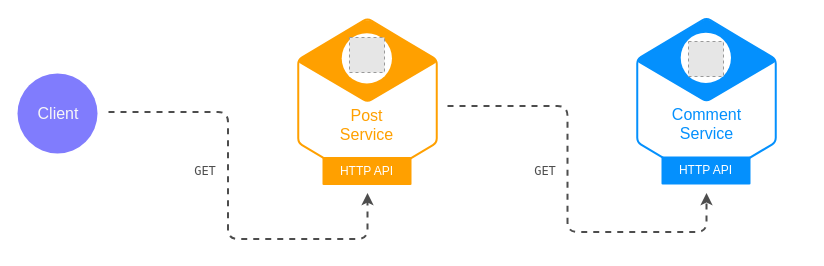
Above: page "services" (1 of 5) of misc/diagrams.drawio in cassiomolin/log-aggregation-spring-boot-elastic-stack (draw.io), before the change. Source tidied: cells renumbered, new cells numbered last; positions are measured from the earlier drawing's top-left corner, leaving out a move shared by most shapes. Both pictures are drawn from the tidied source at 100%, with x=0, y=0 at pixel (17, 19). Pictures stored in the file or linked from it are replaced by grey dashed boxes.
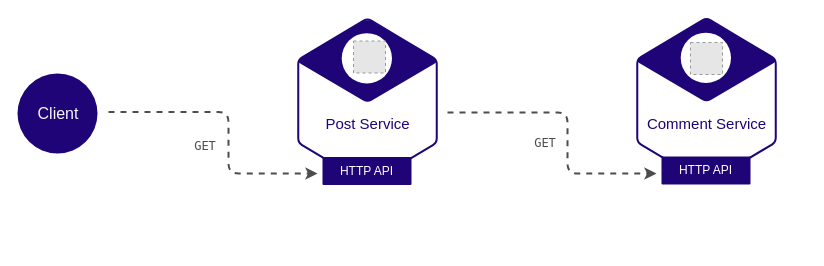
After the change.

The change refers to these unchanged cells:
```xml
<mxCell id="5" style="group;" parent="1" vertex="1">
  <mxGeometry y="54" width="80" height="80" as="geometry" />
</mxCell>
<mxCell id="11" style="group;" parent="10" vertex="1">
  <mxGeometry width="183.2" height="165" as="geometry" />
</mxCell>
<mxCell id="20" style="group;" parent="19" vertex="1">
  <mxGeometry width="166" height="165" as="geometry" />
</mxCell>
```

What changed in the source:
```diff
@@
-    <mxCell id="2" style="edgeStyle=orthogonalEdgeStyle;rounded=1;orthogonalLoop=1;jettySize=auto;html=1;fontColor=#F7F7F7;dashed=1;strokeColor=#4D4D4D;strokeWidth=2;shadow=0;" parent="1" edge="1">
-      <mxGeometry relative="1" as="geometry">
-        <mxPoint x="430" y="86.5" as="sourcePoint" />
-        <mxPoint x="689" y="173.5" as="targetPoint" />
-        <Array as="points">
-          <mxPoint x="550" y="86.5" />
-          <mxPoint x="550" y="212.5" />
-          <mxPoint x="689" y="212.5" />
-        </Array>
-      </mxGeometry>
-    </mxCell>
     <mxCell id="3" value="GET" style="text;html=1;strokeColor=none;fillColor=none;align=center;verticalAlign=middle;whiteSpace=wrap;rounded=0;fontColor=#4D4D4D;fontFamily=Menlo;shadow=0;" parent="1" vertex="1">
-      <mxGeometry x="168" y="142" width="40" height="20" as="geometry" />
+      <mxGeometry x="168" y="117" width="40" height="20" as="geometry" />
     </mxCell>
     <mxCell id="4" value="GET" style="text;html=1;strokeColor=none;fillColor=none;align=center;verticalAlign=middle;whiteSpace=wrap;rounded=0;fontColor=#4D4D4D;fontFamily=Menlo;shadow=0;" parent="1" vertex="1">
-      <mxGeometry x="508" y="142" width="40" height="20" as="geometry" />
+      <mxGeometry x="508" y="114" width="40" height="20" as="geometry" />
     </mxCell>
@@
-    <mxCell id="6" style="ellipse;whiteSpace=wrap;html=1;shadow=0;comic=0;strokeColor=none;fillColor=#807CFD;gradientColor=none;fontFamily=Helvetica;fontSize=12;fontColor=#000000;verticalAlign=top;" parent="5" vertex="1">
+    <mxCell id="6" style="ellipse;whiteSpace=wrap;html=1;shadow=0;comic=0;strokeColor=none;fillColor=#1E0477;gradientColor=none;fontFamily=Helvetica;fontSize=12;fontColor=#000000;verticalAlign=top;" parent="5" vertex="1">
       <mxGeometry width="80" height="80" as="geometry" />
     </mxCell>
@@
     <mxCell id="8" style="edgeStyle=orthogonalEdgeStyle;rounded=1;orthogonalLoop=1;jettySize=auto;html=1;fontColor=#F7F7F7;dashed=1;strokeColor=#4D4D4D;strokeWidth=2;shadow=0;" parent="1" edge="1">
       <mxGeometry relative="1" as="geometry">
         <mxPoint x="91" y="92.5" as="sourcePoint" />
-        <mxPoint x="350" y="173.5" as="targetPoint" />
+        <mxPoint x="300" y="154" as="targetPoint" />
         <Array as="points">
-          <mxPoint x="210.5" y="92.5" />
-          <mxPoint x="210.5" y="219.5" />
-          <mxPoint x="349.5" y="219.5" />
+          <mxPoint x="211" y="93" />
+          <mxPoint x="211" y="154" />
         </Array>
       </mxGeometry>
     </mxCell>
@@
-    <mxCell id="12" style="shape=hexagon;perimeter=hexagonPerimeter2;whiteSpace=wrap;html=1;shadow=0;strokeColor=#0490fd;fillColor=#FFFFFF;gradientColor=none;rotation=90;rounded=1;arcSize=9;strokeWidth=2;" parent="11" vertex="1">
+    <mxCell id="12" style="shape=hexagon;perimeter=hexagonPerimeter2;whiteSpace=wrap;html=1;shadow=0;strokeColor=#1e0477;fillColor=#FFFFFF;gradientColor=none;rotation=90;rounded=1;arcSize=9;strokeWidth=2;" parent="11" vertex="1">
       <mxGeometry y="12" width="166" height="138.5" as="geometry" />
     </mxCell>
-    <mxCell id="13" value="&lt;font face=&quot;Helvetica&quot; style=&quot;font-size: 16px&quot;&gt;Comment&lt;br&gt;Service&lt;/font&gt;" style="text;html=1;align=center;verticalAlign=top;spacingTop=-4;fontColor=#0490fd;fillColor=none;strokeColor=none;shadow=0;fontFamily=Menlo;fontSize=16;" parent="11" vertex="1">
-      <mxGeometry x="43.2" y="83.3" width="80" height="40" as="geometry" />
+    <mxCell id="13" value="&lt;font face=&quot;Helvetica&quot; style=&quot;font-size: 15px&quot; color=&quot;#1e0477&quot;&gt;Comment Service&lt;/font&gt;" style="text;html=1;align=center;verticalAlign=top;spacingTop=-4;fontColor=#0490fd;fillColor=none;strokeColor=none;shadow=0;fontFamily=Menlo;fontSize=16;" parent="11" vertex="1">
+      <mxGeometry x="17.7" y="92.3" width="130" height="20" as="geometry" />
     </mxCell>
-    <mxCell id="14" style="rhombus;whiteSpace=wrap;html=1;rounded=1;shadow=0;strokeColor=#0490fd;fillColor=#0490fd;gradientColor=none;arcSize=9;strokeWidth=2;" parent="11" vertex="1">
+    <mxCell id="14" style="rhombus;whiteSpace=wrap;html=1;rounded=1;shadow=0;strokeColor=#1e0477;fillColor=#1e0477;gradientColor=none;arcSize=9;strokeWidth=2;" parent="11" vertex="1">
       <mxGeometry x="13.2" width="139.6" height="81.9" as="geometry" />
     </mxCell>
@@
-    <mxCell id="16" value="&lt;font color=&quot;#ffffff&quot;&gt;HTTP API&lt;/font&gt;" style="whiteSpace=wrap;html=1;verticalAlign=top;strokeColor=none;fillColor=#0490fd;gradientColor=none;rounded=1;arcSize=4;strokeWidth=1;comic=0;shadow=0;glass=0;" parent="11" vertex="1">
+    <mxCell id="16" value="&lt;font color=&quot;#ffffff&quot;&gt;HTTP API&lt;/font&gt;" style="whiteSpace=wrap;html=1;verticalAlign=top;strokeColor=none;fillColor=#1e0477;gradientColor=none;rounded=1;arcSize=4;strokeWidth=1;comic=0;shadow=0;glass=0;" parent="11" vertex="1">
       <mxGeometry x="38" y="137" width="89" height="28" as="geometry" />
     </mxCell>
-    <mxCell id="17" style="fillColor=#E6E6E6;strokeColor=#999999;dashed=1;verticalLabelPosition=bottom;labelBackgroundColor=#ffffff;verticalAlign=top;" parent="11" vertex="1">
-      <mxGeometry x="65" y="22" width="35" height="35" as="geometry" />
-    </mxCell>
+    <mxCell id="27" style="fillColor=#E6E6E6;strokeColor=#999999;dashed=1;verticalLabelPosition=bottom;labelBackgroundColor=#ffffff;verticalAlign=top;" parent="11" vertex="1">
+      <mxGeometry x="67" y="23" width="32" height="32" as="geometry" />
+    </mxCell>
@@
-    <mxCell id="21" style="shape=hexagon;perimeter=hexagonPerimeter2;whiteSpace=wrap;html=1;shadow=0;strokeColor=#ffa000;fillColor=#FFFFFF;gradientColor=none;rotation=90;rounded=1;arcSize=9;strokeWidth=2;" parent="20" vertex="1">
+    <mxCell id="21" style="shape=hexagon;perimeter=hexagonPerimeter2;whiteSpace=wrap;html=1;shadow=0;strokeColor=#1e0477;fillColor=#FFFFFF;gradientColor=none;rotation=90;rounded=1;arcSize=9;strokeWidth=2;" parent="20" vertex="1">
       <mxGeometry y="12" width="166" height="138.5" as="geometry" />
     </mxCell>
-    <mxCell id="22" value="&lt;font face=&quot;Helvetica&quot; style=&quot;font-size: 16px&quot; color=&quot;#ffa000&quot;&gt;Post&lt;br&gt;Service&lt;/font&gt;" style="text;html=1;align=center;verticalAlign=top;spacingTop=-4;fontColor=#E6C975;fillColor=none;strokeColor=none;shadow=0;fontFamily=Menlo;fontSize=16;" parent="20" vertex="1">
-      <mxGeometry x="47.2" y="83.8" width="70" height="40" as="geometry" />
+    <mxCell id="22" value="&lt;font face=&quot;Helvetica&quot; style=&quot;font-size: 15px&quot; color=&quot;#1e0477&quot;&gt;Post Service&lt;/font&gt;" style="text;html=1;align=center;verticalAlign=top;spacingTop=-4;fontColor=#E6C975;fillColor=none;strokeColor=none;shadow=0;fontFamily=Menlo;fontSize=16;" parent="20" vertex="1">
+      <mxGeometry x="33.2" y="91.8" width="100" height="20" as="geometry" />
     </mxCell>
-    <mxCell id="23" style="rhombus;whiteSpace=wrap;html=1;rounded=1;shadow=0;strokeColor=#ffa000;fillColor=#FFA000;gradientColor=none;arcSize=9;strokeWidth=2;" parent="20" vertex="1">
+    <mxCell id="23" style="rhombus;whiteSpace=wrap;html=1;rounded=1;shadow=0;strokeColor=#1e0477;fillColor=#1e0477;gradientColor=none;arcSize=9;strokeWidth=2;" parent="20" vertex="1">
       <mxGeometry x="13.2" width="139.6" height="81.9" as="geometry" />
     </mxCell>
@@
-    <mxCell id="25" style="fillColor=#E6E6E6;strokeColor=#999999;dashed=1;verticalLabelPosition=bottom;labelBackgroundColor=#ffffff;verticalAlign=top;" parent="20" vertex="1">
-      <mxGeometry x="65" y="17.5" width="35" height="35" as="geometry" />
-    </mxCell>
-    <mxCell id="26" value="&lt;font color=&quot;#ffffff&quot;&gt;HTTP API&lt;/font&gt;" style="whiteSpace=wrap;html=1;verticalAlign=top;strokeColor=none;fillColor=#ffa000;gradientColor=none;rounded=1;arcSize=4;strokeWidth=1;comic=0;shadow=0;glass=0;" parent="20" vertex="1">
+    <mxCell id="26" value="&lt;font color=&quot;#ffffff&quot;&gt;HTTP API&lt;/font&gt;" style="whiteSpace=wrap;html=1;verticalAlign=top;strokeColor=none;fillColor=#1e0477;gradientColor=none;rounded=1;arcSize=4;strokeWidth=1;comic=0;shadow=0;glass=0;" parent="20" vertex="1">
       <mxGeometry x="38" y="137" width="89" height="28" as="geometry" />
     </mxCell>
+    <mxCell id="28" style="fillColor=#E6E6E6;strokeColor=#999999;dashed=1;verticalLabelPosition=bottom;labelBackgroundColor=#ffffff;verticalAlign=top;" parent="20" vertex="1">
+      <mxGeometry x="69" y="21" width="32" height="32" as="geometry" />
+    </mxCell>
+    <mxCell id="29" style="edgeStyle=orthogonalEdgeStyle;rounded=1;orthogonalLoop=1;jettySize=auto;html=1;fontColor=#F7F7F7;dashed=1;strokeColor=#4D4D4D;strokeWidth=2;shadow=0;" parent="1" edge="1">
+      <mxGeometry relative="1" as="geometry">
+        <mxPoint x="430" y="93" as="sourcePoint" />
+        <mxPoint x="639" y="154" as="targetPoint" />
+        <Array as="points">
+          <mxPoint x="550" y="93" />
+          <mxPoint x="550" y="154" />
+        </Array>
+      </mxGeometry>
+    </mxCell>
```
